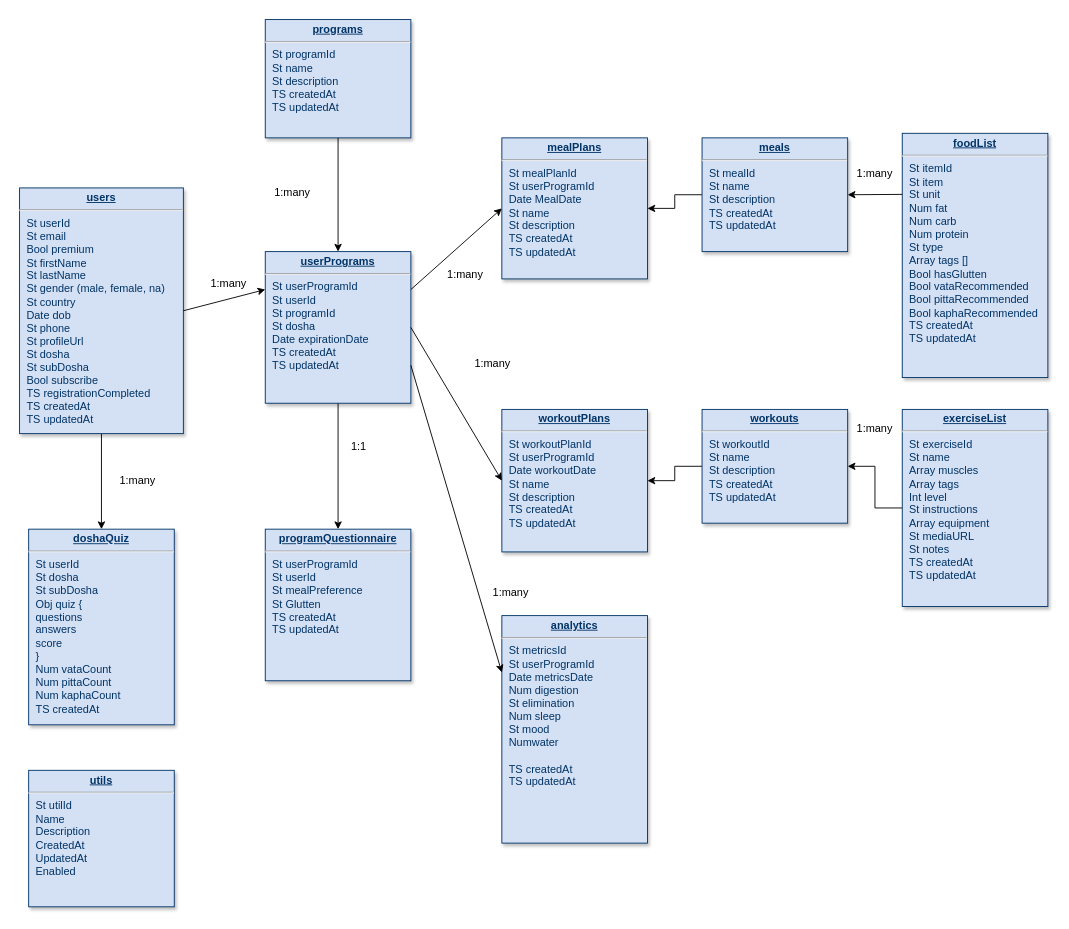
Above: Prana Diagram.drawio in jhonnyoddball/mauro218 (draw.io), before the change. Source tidied: cells renumbered, new cells numbered last; positions are measured from the earlier drawing's top-left corner, leaving out a move shared by most shapes. Both pictures are drawn from the tidied source at 91%, with x=0, y=0 at pixel (19, 19).
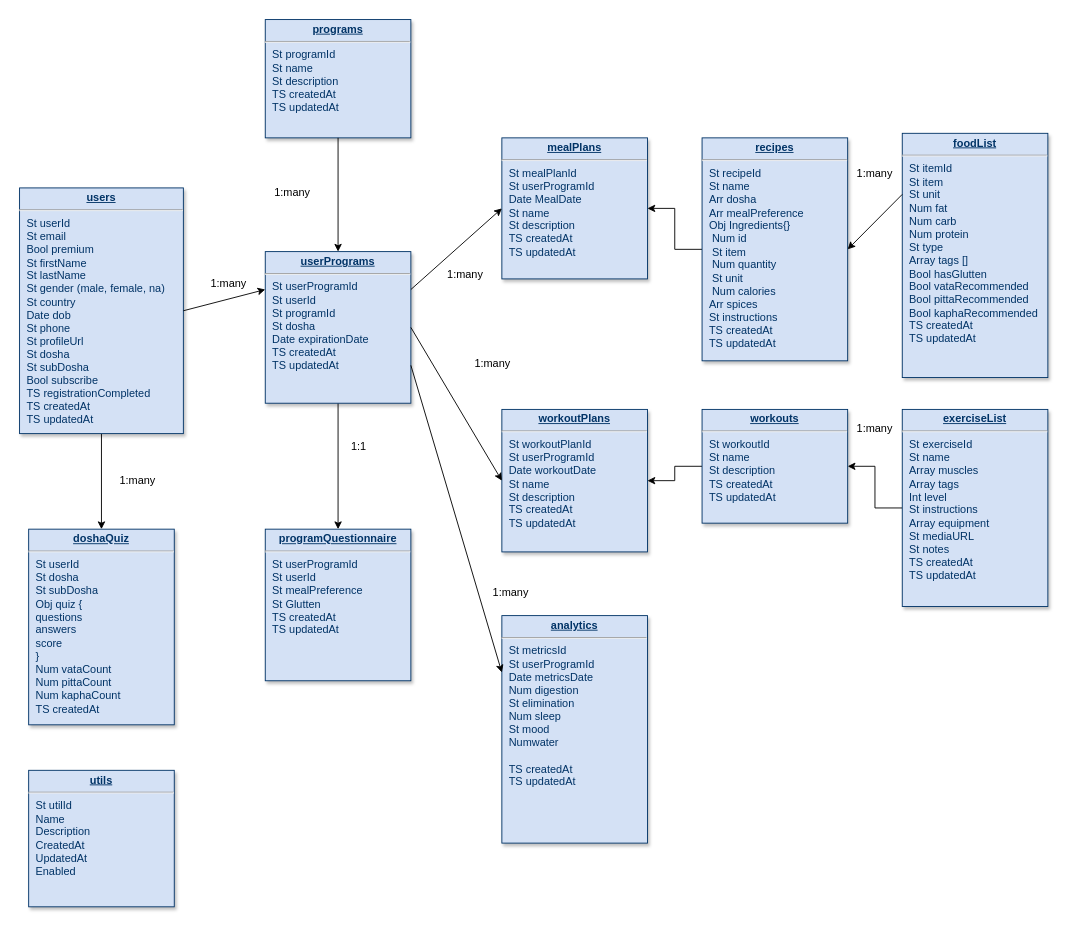
The same page after the edit.

The edit, as a diff of the source:
```diff
@@
-    <mxCell id="10" value="&lt;p style=&quot;margin: 0px ; margin-top: 4px ; text-align: center ; text-decoration: underline&quot;&gt;&lt;strong&gt;meals&lt;/strong&gt;&lt;/p&gt;&lt;hr&gt;&lt;p style=&quot;margin: 0px ; margin-left: 8px&quot;&gt;St mealId&lt;/p&gt;&lt;p style=&quot;margin: 0px ; margin-left: 8px&quot;&gt;St name&lt;/p&gt;&lt;p style=&quot;margin: 0px ; margin-left: 8px&quot;&gt;St description&lt;/p&gt;&lt;p style=&quot;margin: 0px ; margin-left: 8px&quot;&gt;TS createdAt&lt;/p&gt;&lt;p style=&quot;margin: 0px ; margin-left: 8px&quot;&gt;TS updatedAt&lt;/p&gt;&lt;p style=&quot;margin: 0px ; margin-left: 8px&quot;&gt;&lt;br&gt;&lt;/p&gt;" style="verticalAlign=top;align=left;overflow=fill;fontSize=12;fontFamily=Helvetica;html=1;strokeColor=#003366;shadow=1;fillColor=#D4E1F5;fontColor=#003366;" parent="1" vertex="1">
-      <mxGeometry x="750" y="130" width="160" height="125" as="geometry" />
+    <mxCell id="10" value="&lt;p style=&quot;margin: 0px ; margin-top: 4px ; text-align: center ; text-decoration: underline&quot;&gt;&lt;strong&gt;recipes&lt;/strong&gt;&lt;/p&gt;&lt;hr&gt;&lt;p style=&quot;margin: 0px ; margin-left: 8px&quot;&gt;St recipeId&lt;/p&gt;&lt;p style=&quot;margin: 0px ; margin-left: 8px&quot;&gt;St name&lt;/p&gt;&lt;p style=&quot;margin: 0px ; margin-left: 8px&quot;&gt;Arr dosha&lt;/p&gt;&lt;p style=&quot;margin: 0px ; margin-left: 8px&quot;&gt;Arr mealPreference&lt;/p&gt;&lt;p style=&quot;margin: 0px ; margin-left: 8px&quot;&gt;Obj Ingredients{}&lt;/p&gt;&lt;p style=&quot;margin: 0px ; margin-left: 8px&quot;&gt;&lt;span style=&quot;white-space: pre&quot;&gt; &lt;/span&gt;Num&amp;nbsp;id&lt;br&gt;&lt;/p&gt;&lt;p style=&quot;margin: 0px ; margin-left: 8px&quot;&gt;&lt;span style=&quot;white-space: pre&quot;&gt; &lt;/span&gt;St item&lt;br&gt;&lt;/p&gt;&lt;p style=&quot;margin: 0px ; margin-left: 8px&quot;&gt;&lt;span style=&quot;white-space: pre&quot;&gt; &lt;/span&gt;Num quantity&lt;br&gt;&lt;/p&gt;&lt;p style=&quot;margin: 0px ; margin-left: 8px&quot;&gt;&lt;span style=&quot;white-space: pre&quot;&gt; &lt;/span&gt;St unit&lt;br&gt;&lt;/p&gt;&lt;p style=&quot;margin: 0px ; margin-left: 8px&quot;&gt;&lt;span style=&quot;white-space: pre&quot;&gt; &lt;/span&gt;Num calories&lt;br&gt;&lt;/p&gt;&lt;p style=&quot;margin: 0px ; margin-left: 8px&quot;&gt;Arr spices&lt;/p&gt;&lt;p style=&quot;margin: 0px ; margin-left: 8px&quot;&gt;St instructions&amp;nbsp;&lt;/p&gt;&lt;p style=&quot;margin: 0px ; margin-left: 8px&quot;&gt;TS createdAt&lt;/p&gt;&lt;p style=&quot;margin: 0px ; margin-left: 8px&quot;&gt;TS updatedAt&lt;/p&gt;&lt;p style=&quot;margin: 0px ; margin-left: 8px&quot;&gt;&lt;br&gt;&lt;/p&gt;" style="verticalAlign=top;align=left;overflow=fill;fontSize=12;fontFamily=Helvetica;html=1;strokeColor=#003366;shadow=1;fillColor=#D4E1F5;fontColor=#003366;" parent="1" vertex="1">
+      <mxGeometry x="750" y="130" width="160" height="245" as="geometry" />
     </mxCell>
```
